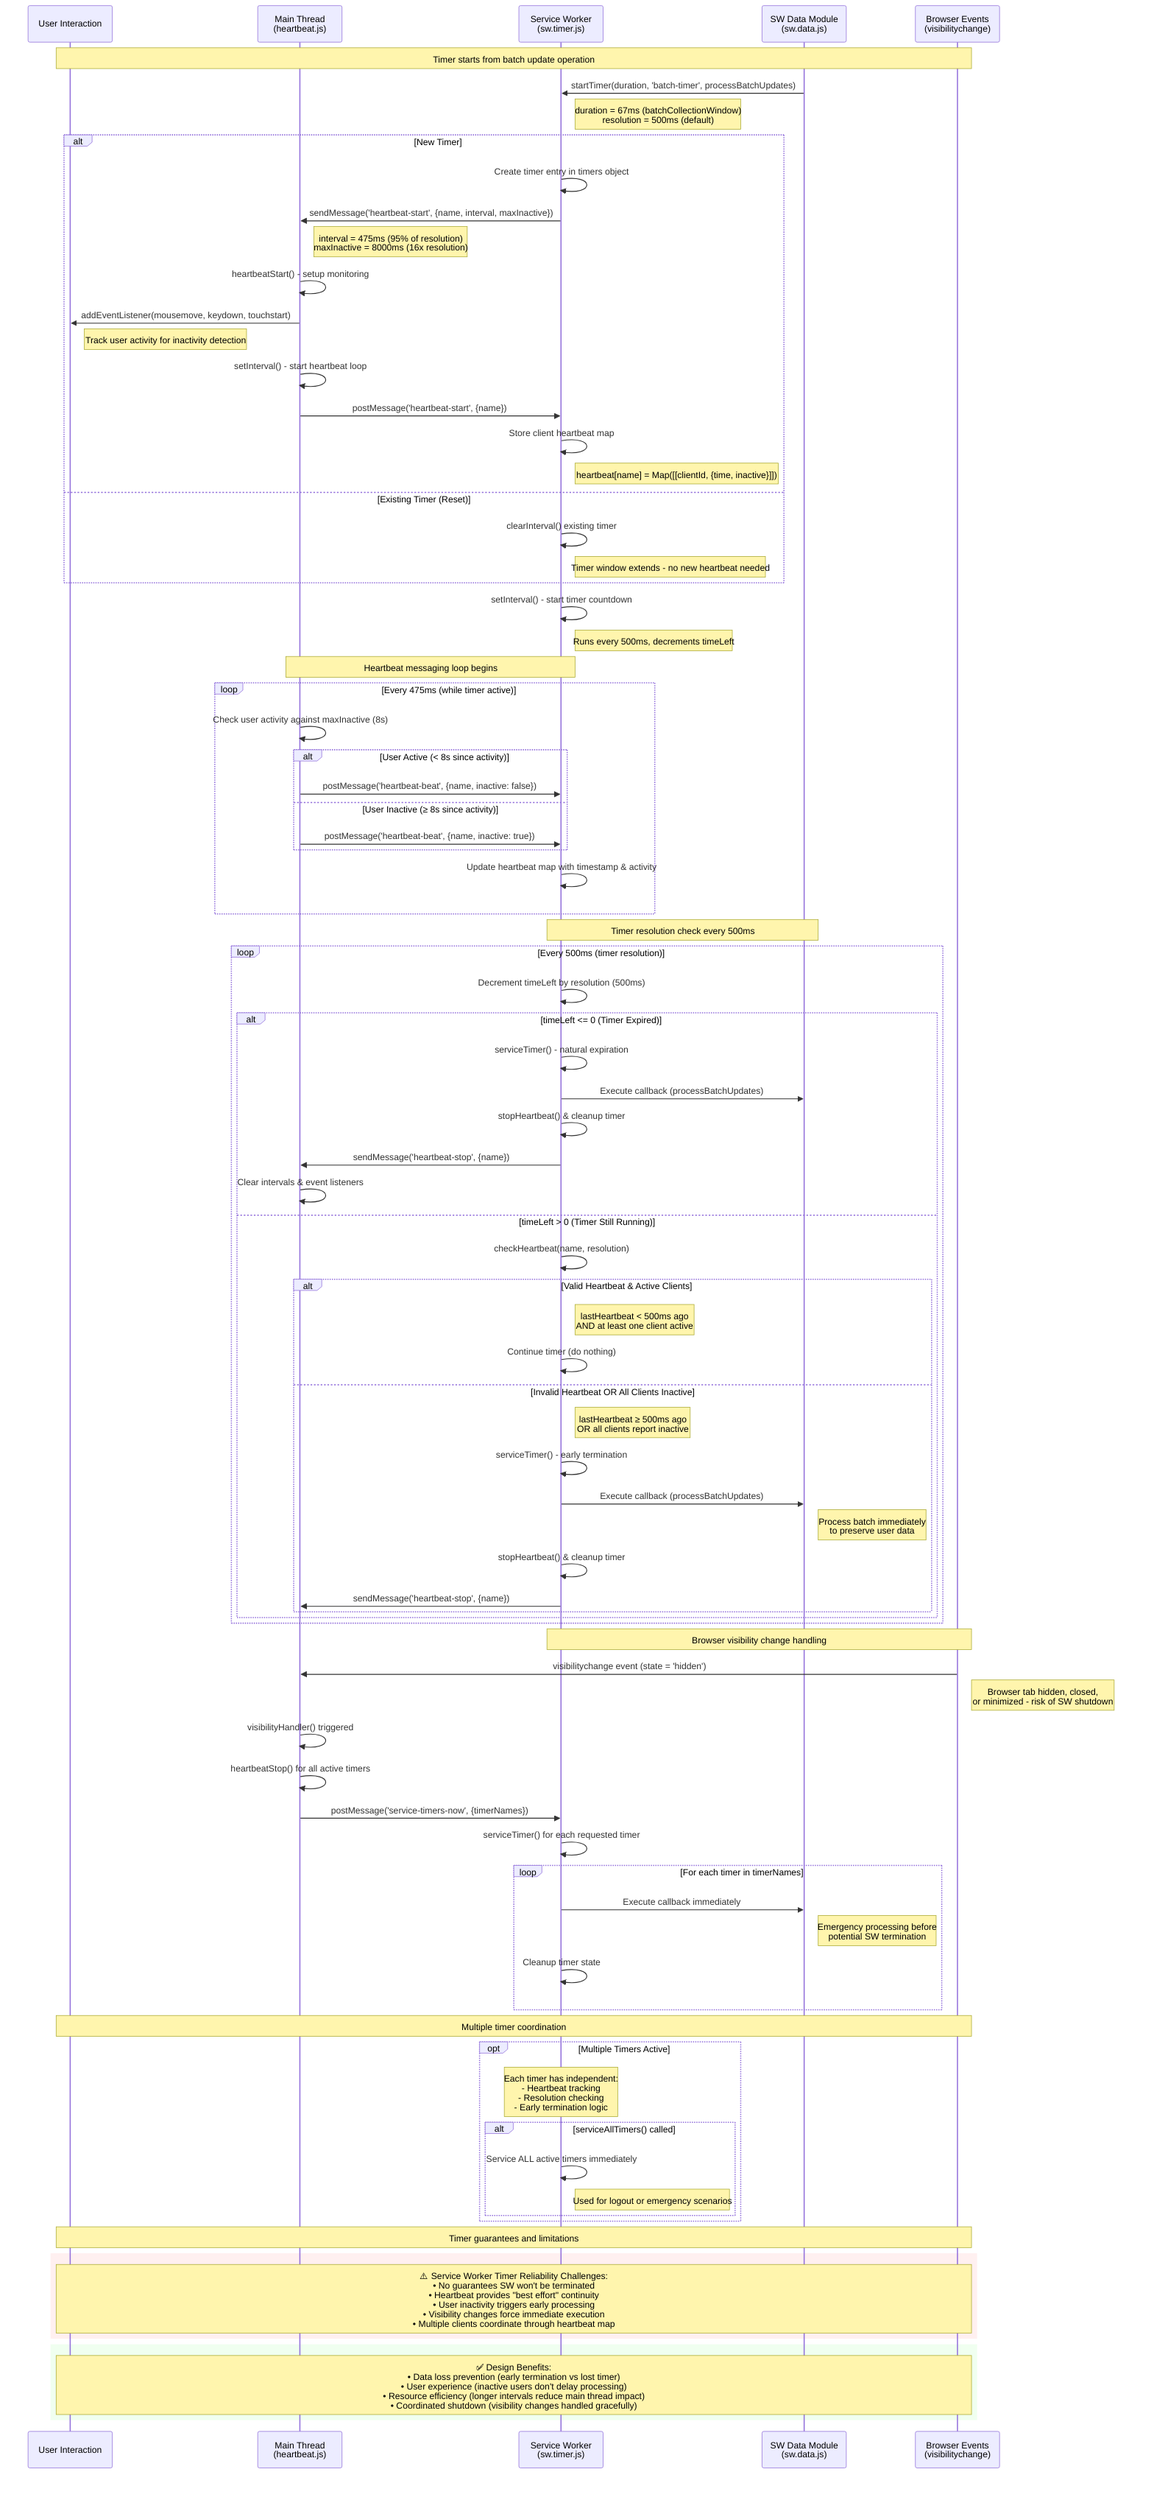
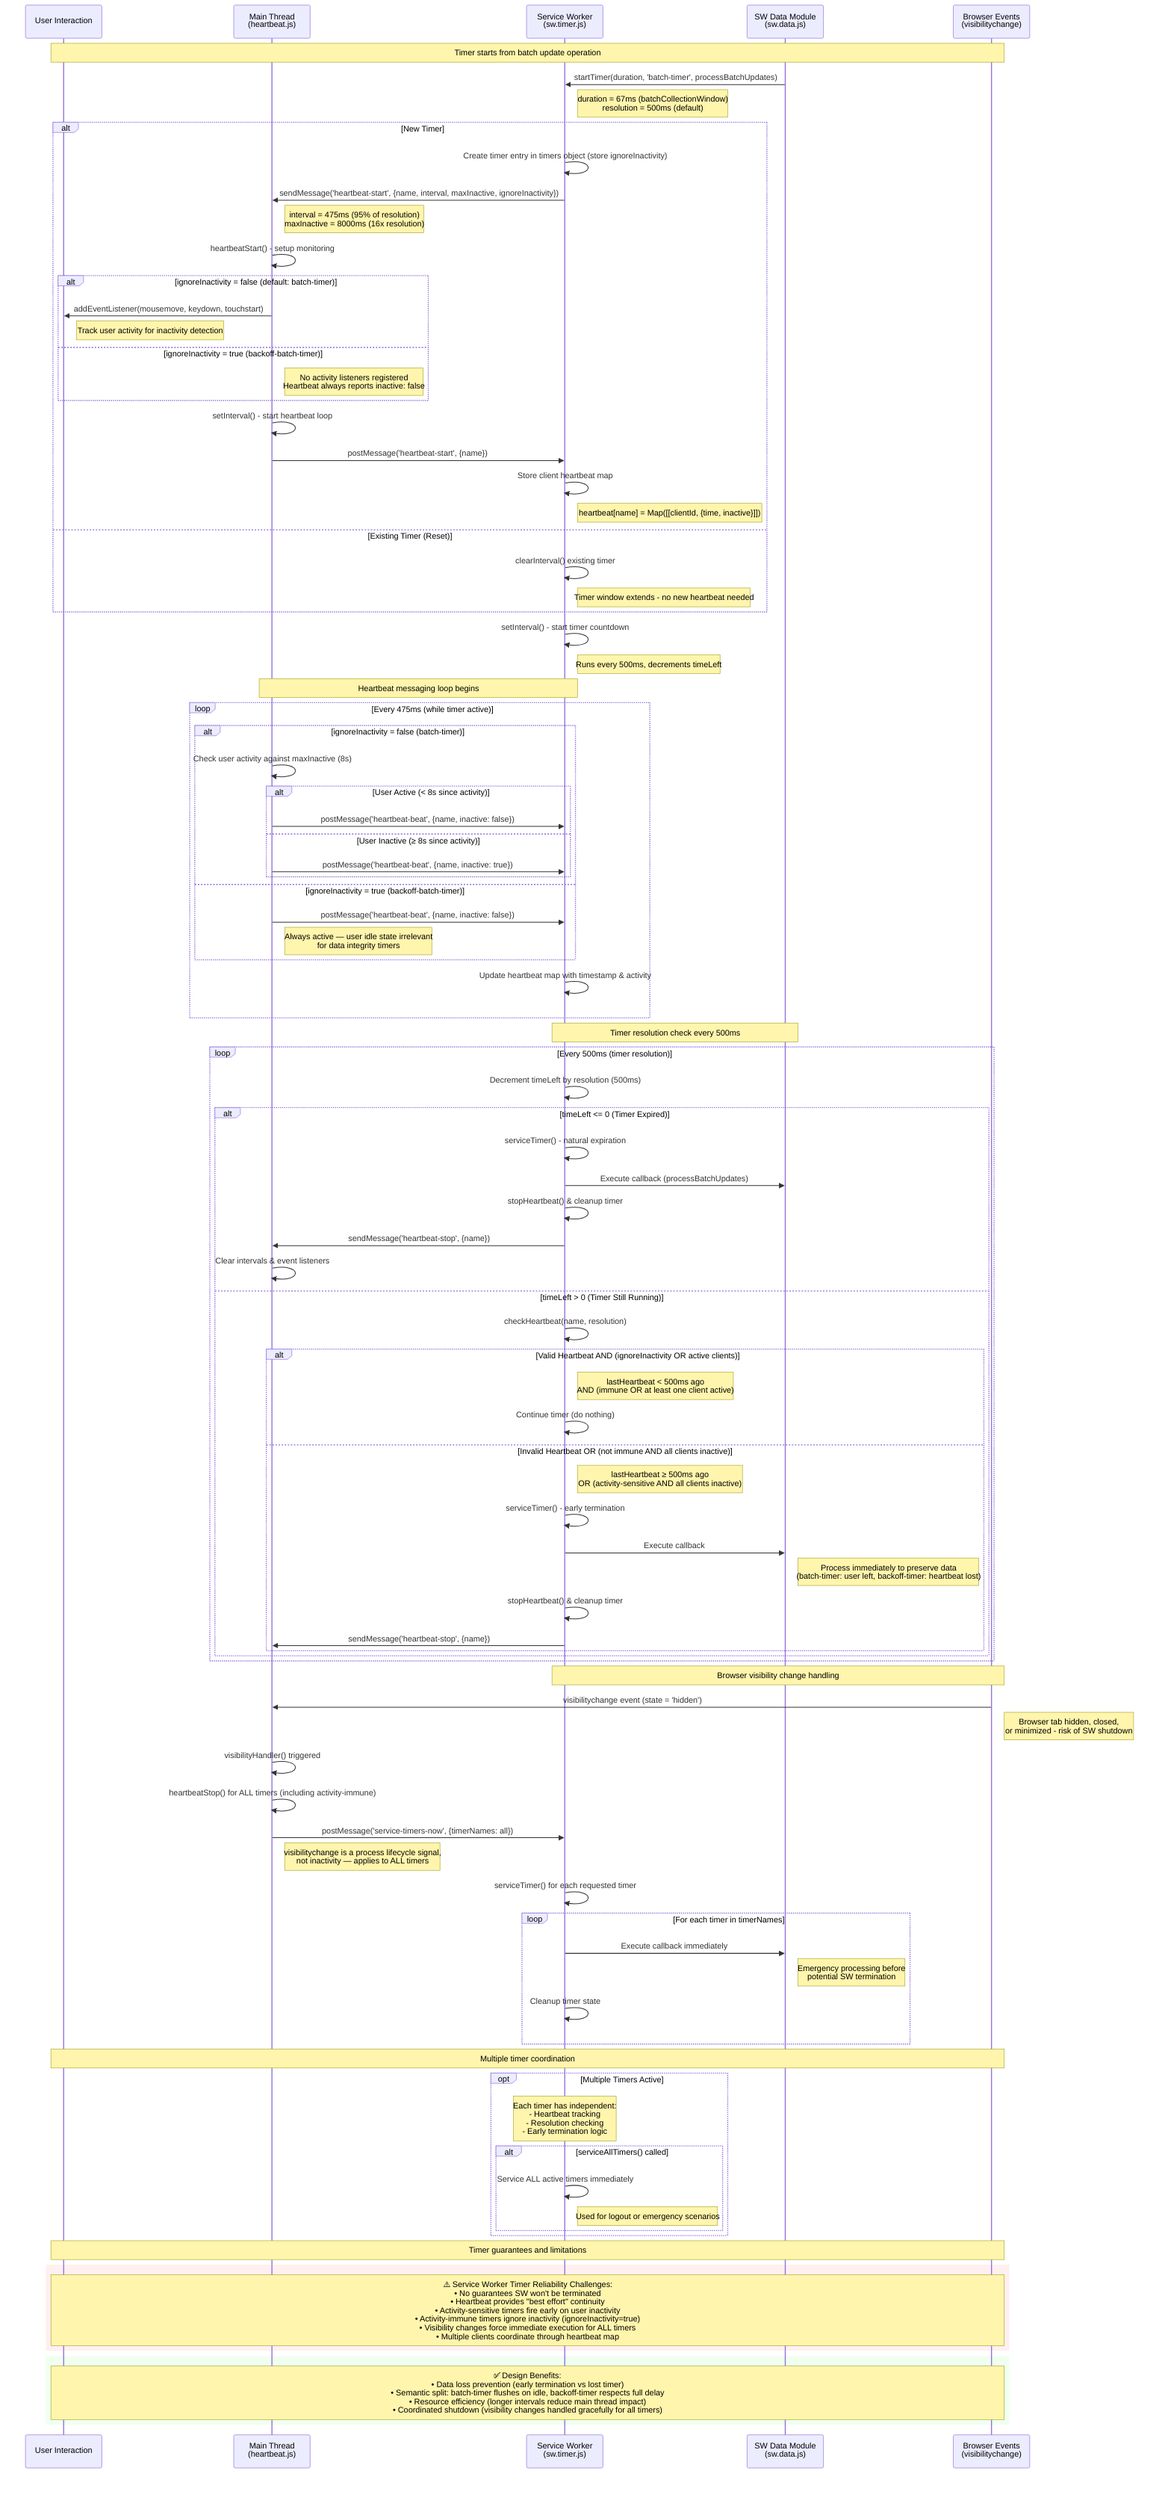
sequenceDiagram
    participant User as User Interaction
    participant MT as Main Thread<br/>(heartbeat.js)
    participant SW as Service Worker<br/>(sw.timer.js)
    participant SWD as SW Data Module<br/>(sw.data.js)
    participant Browser as Browser Events<br/>(visibilitychange)

    Note over User, Browser: Timer starts from batch update operation

    SWD->>SW: startTimer(duration, 'batch-timer', processBatchUpdates)
    Note right of SW: duration = 67ms (batchCollectionWindow)<br/>resolution = 500ms (default)

    alt New Timer
-         SW->>SW: Create timer entry in timers object
-         SW->>MT: sendMessage('heartbeat-start', {name, interval, maxInactive})
+         SW->>SW: Create timer entry in timers object (store ignoreInactivity)
+         SW->>MT: sendMessage('heartbeat-start', {name, interval, maxInactive, ignoreInactivity})
        Note right of MT: interval = 475ms (95% of resolution)<br/>maxInactive = 8000ms (16x resolution)

        MT->>MT: heartbeatStart() - setup monitoring
-         MT->>User: addEventListener(mousemove, keydown, touchstart)
-         Note right of User: Track user activity for inactivity detection
+ 
+         alt ignoreInactivity = false (default: batch-timer)
+             MT->>User: addEventListener(mousemove, keydown, touchstart)
+             Note right of User: Track user activity for inactivity detection
+         else ignoreInactivity = true (backoff-batch-timer)
+             Note right of MT: No activity listeners registered<br/>Heartbeat always reports inactive: false
+         end

        MT->>MT: setInterval() - start heartbeat loop
        MT->>SW: postMessage('heartbeat-start', {name})

        SW->>SW: Store client heartbeat map
        Note right of SW: heartbeat[name] = Map([[clientId, {time, inactive}]])

    else Existing Timer (Reset)
        SW->>SW: clearInterval() existing timer
        Note right of SW: Timer window extends - no new heartbeat needed
    end

    SW->>SW: setInterval() - start timer countdown
    Note right of SW: Runs every 500ms, decrements timeLeft

    Note over MT, SW: Heartbeat messaging loop begins

    loop Every 475ms (while timer active)
-         MT->>MT: Check user activity against maxInactive (8s)
- 
-         alt User Active (< 8s since activity)
+         alt ignoreInactivity = false (batch-timer)
+             MT->>MT: Check user activity against maxInactive (8s)
+             alt User Active (< 8s since activity)
+                 MT->>SW: postMessage('heartbeat-beat', {name, inactive: false})
+             else User Inactive (≥ 8s since activity)
+                 MT->>SW: postMessage('heartbeat-beat', {name, inactive: true})
+             end
+         else ignoreInactivity = true (backoff-batch-timer)
            MT->>SW: postMessage('heartbeat-beat', {name, inactive: false})
-         else User Inactive (≥ 8s since activity)
-             MT->>SW: postMessage('heartbeat-beat', {name, inactive: true})
+             Note right of MT: Always active — user idle state irrelevant<br/>for data integrity timers
        end

        SW->>SW: Update heartbeat map with timestamp & activity
    end

    Note over SW, SWD: Timer resolution check every 500ms

    loop Every 500ms (timer resolution)
        SW->>SW: Decrement timeLeft by resolution (500ms)

        alt timeLeft <= 0 (Timer Expired)
            SW->>SW: serviceTimer() - natural expiration
            SW->>SWD: Execute callback (processBatchUpdates)
            SW->>SW: stopHeartbeat() & cleanup timer
            SW->>MT: sendMessage('heartbeat-stop', {name})
            MT->>MT: Clear intervals & event listeners

        else timeLeft > 0 (Timer Still Running)
            SW->>SW: checkHeartbeat(name, resolution)

-             alt Valid Heartbeat & Active Clients
-                 Note right of SW: lastHeartbeat < 500ms ago<br/>AND at least one client active
+             alt Valid Heartbeat AND (ignoreInactivity OR active clients)
+                 Note right of SW: lastHeartbeat < 500ms ago<br/>AND (immune OR at least one client active)
                SW->>SW: Continue timer (do nothing)

-             else Invalid Heartbeat OR All Clients Inactive
-                 Note right of SW: lastHeartbeat ≥ 500ms ago<br/>OR all clients report inactive
+             else Invalid Heartbeat OR (not immune AND all clients inactive)
+                 Note right of SW: lastHeartbeat ≥ 500ms ago<br/>OR (activity-sensitive AND all clients inactive)
                SW->>SW: serviceTimer() - early termination
-                 SW->>SWD: Execute callback (processBatchUpdates)
-                 Note right of SWD: Process batch immediately<br/>to preserve user data
+                 SW->>SWD: Execute callback
+                 Note right of SWD: Process immediately to preserve data<br/>(batch-timer: user left, backoff-timer: heartbeat lost)
                SW->>SW: stopHeartbeat() & cleanup timer
                SW->>MT: sendMessage('heartbeat-stop', {name})
            end
        end
    end

    Note over Browser, SW: Browser visibility change handling

    Browser->>MT: visibilitychange event (state = 'hidden')
    Note right of Browser: Browser tab hidden, closed,<br/>or minimized - risk of SW shutdown

    MT->>MT: visibilityHandler() triggered
-     MT->>MT: heartbeatStop() for all active timers
-     MT->>SW: postMessage('service-timers-now', {timerNames})
+     MT->>MT: heartbeatStop() for ALL timers (including activity-immune)
+     MT->>SW: postMessage('service-timers-now', {timerNames: all})
+     Note right of MT: visibilitychange is a process lifecycle signal,<br/>not inactivity — applies to ALL timers

    SW->>SW: serviceTimer() for each requested timer
    loop For each timer in timerNames
        SW->>SWD: Execute callback immediately
        Note right of SWD: Emergency processing before<br/>potential SW termination
        SW->>SW: Cleanup timer state
    end

    Note over User, Browser: Multiple timer coordination

    opt Multiple Timers Active
        Note over SW: Each timer has independent:<br/>- Heartbeat tracking<br/>- Resolution checking<br/>- Early termination logic

        alt serviceAllTimers() called
            SW->>SW: Service ALL active timers immediately
            Note right of SW: Used for logout or emergency scenarios
        end
    end

    Note over User, Browser: Timer guarantees and limitations

    rect rgb(255, 240, 240)
-         Note over User, Browser: ⚠️ Service Worker Timer Reliability Challenges:<br/>• No guarantees SW won't be terminated<br/>• Heartbeat provides "best effort" continuity<br/>• User inactivity triggers early processing<br/>• Visibility changes force immediate execution<br/>• Multiple clients coordinate through heartbeat map
+         Note over User, Browser: ⚠️ Service Worker Timer Reliability Challenges:<br/>• No guarantees SW won't be terminated<br/>• Heartbeat provides "best effort" continuity<br/>• Activity-sensitive timers fire early on user inactivity<br/>• Activity-immune timers ignore inactivity (ignoreInactivity=true)<br/>• Visibility changes force immediate execution for ALL timers<br/>• Multiple clients coordinate through heartbeat map
    end

    rect rgb(240, 255, 240)
-         Note over User, Browser: ✅ Design Benefits:<br/>• Data loss prevention (early termination vs lost timer)<br/>• User experience (inactive users don't delay processing)<br/>• Resource efficiency (longer intervals reduce main thread impact)<br/>• Coordinated shutdown (visibility changes handled gracefully)
+         Note over User, Browser: ✅ Design Benefits:<br/>• Data loss prevention (early termination vs lost timer)<br/>• Semantic split: batch-timer flushes on idle, backoff-timer respects full delay<br/>• Resource efficiency (longer intervals reduce main thread impact)<br/>• Coordinated shutdown (visibility changes handled gracefully for all timers)
    end